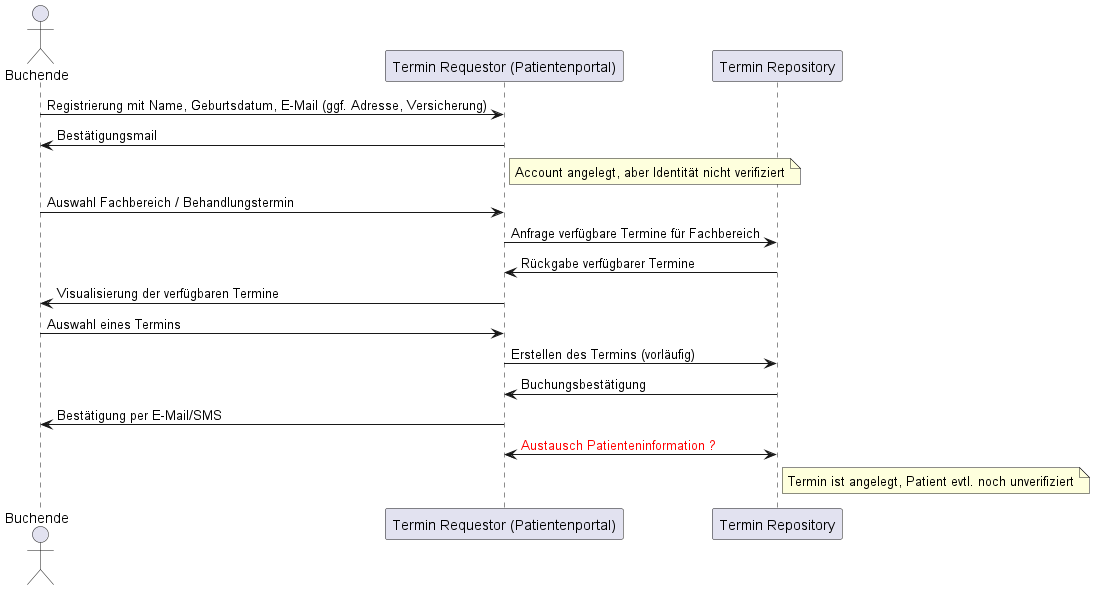
This is Material/Terminplanung/images/diagrams/patient-buchung-sequenz.png from gematik/spec-ISiK-Basismodul, a PlantUML export, as it was before one commit.
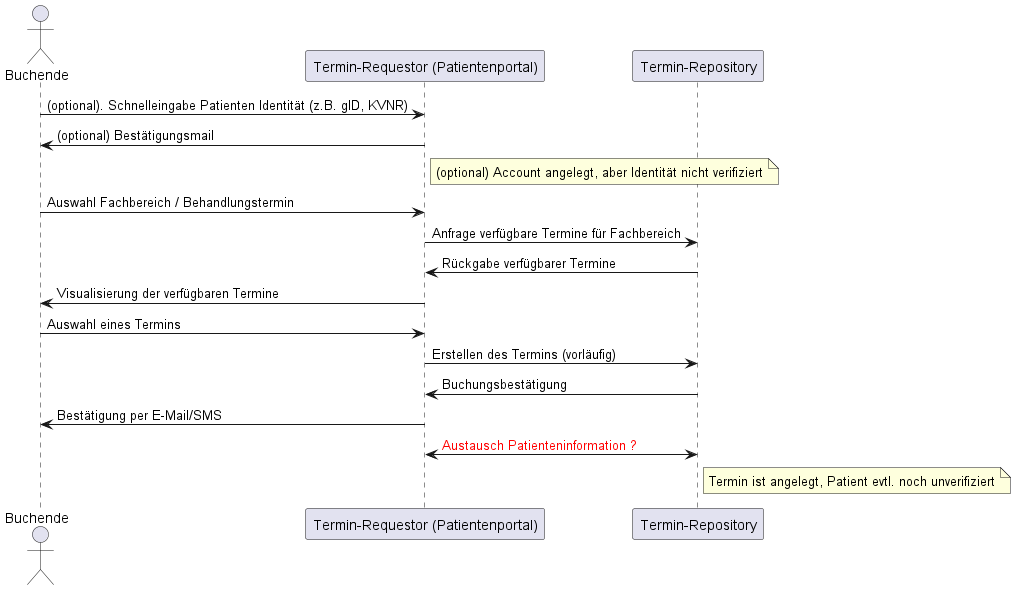
After the change.

Commit message:
Stufe - 5 Termin - Change registration order for sequence (#764)

Diff of the diagram source:
```diff
@@ -1,12 +1,12 @@
 @startuml
 
 actor Buchende
-participant "Termin Requestor (Patientenportal)" as TR
-participant "Termin Repository" as TRP
+participant "Termin-Requestor (Patientenportal)" as TR
+participant "Termin-Repository" as TRP
 
-Buchende -> TR: Registrierung mit Name, Geburtsdatum, E-Mail (ggf. Adresse, Versicherung)
-TR -> Buchende: Bestätigungsmail
-note right of TR: Account angelegt, aber Identität nicht verifiziert
+Buchende -> TR: (optional). Schnelleingabe Patienten Identität (z.B. gID, KVNR)
+TR -> Buchende: (optional) Bestätigungsmail
+note right of TR: (optional) Account angelegt, aber Identität nicht verifiziert
 
 Buchende -> TR: Auswahl Fachbereich / Behandlungstermin
 TR -> TRP: Anfrage verfügbare Termine für Fachbereich
```
